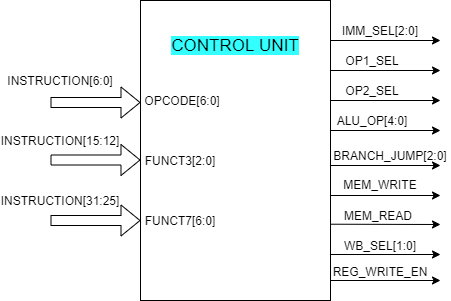
Earlier version of the draw.io export images/hardware_units/control_unit/control_unit.png (cepdnaclk/e16-co502-RV32IM-pipeline-implementation-group1). Source tidied: cells renumbered, new cells last; positions are measured from the earlier drawing's top-left corner, leaving out a move shared by most shapes. The source it was exported from:
```xml
<mxGraphModel>
  <root>
    <mxCell id="0" />
    <mxCell id="1" parent="0" />
    <mxCell id="2" style="rounded=0;whiteSpace=wrap;html=1;" parent="1" vertex="1">
      <mxGeometry x="140" width="190" height="300" as="geometry" />
    </mxCell>
    <mxCell id="3" value="&lt;span style=&quot;font-size: 17px ; background-color: rgb(51 , 255 , 255)&quot;&gt;CONTROL UNIT&lt;/span&gt;" style="text;html=1;strokeColor=none;fillColor=none;align=center;verticalAlign=middle;whiteSpace=wrap;rounded=0;" parent="1" vertex="1">
      <mxGeometry x="165" y="20" width="140" height="50" as="geometry" />
    </mxCell>
    <mxCell id="4" style="shape=flexArrow;endArrow=classic;html=1;" parent="1" edge="1">
      <mxGeometry relative="1" as="geometry">
        <mxPoint x="50" y="102" as="sourcePoint" />
        <mxPoint x="140" y="102" as="targetPoint" />
      </mxGeometry>
    </mxCell>
    <mxCell id="5" style="shape=flexArrow;endArrow=classic;html=1;" parent="1" edge="1">
      <mxGeometry relative="1" as="geometry">
        <mxPoint x="50" y="159.5" as="sourcePoint" />
        <mxPoint x="140" y="159.5" as="targetPoint" />
      </mxGeometry>
    </mxCell>
    <mxCell id="6" style="shape=flexArrow;endArrow=classic;html=1;" parent="1" edge="1">
      <mxGeometry relative="1" as="geometry">
        <mxPoint x="50" y="220" as="sourcePoint" />
        <mxPoint x="140" y="220" as="targetPoint" />
      </mxGeometry>
    </mxCell>
    <mxCell id="7" style="edgeStyle=orthogonalEdgeStyle;rounded=0;orthogonalLoop=1;jettySize=auto;html=1;exitX=0.5;exitY=1;exitDx=0;exitDy=0;" parent="1" edge="1">
      <mxGeometry relative="1" as="geometry">
        <mxPoint x="215" y="210" as="sourcePoint" />
        <mxPoint x="215" y="210" as="targetPoint" />
      </mxGeometry>
    </mxCell>
    <mxCell id="8" value="INSTRUCTION[31:25]" style="text;html=1;strokeColor=none;fillColor=none;align=center;verticalAlign=middle;whiteSpace=wrap;rounded=0;" parent="1" vertex="1">
      <mxGeometry y="190" width="120" height="20" as="geometry" />
    </mxCell>
    <mxCell id="9" value="INSTRUCTION[6:0]" style="text;html=1;strokeColor=none;fillColor=none;align=center;verticalAlign=middle;whiteSpace=wrap;rounded=0;" parent="1" vertex="1">
      <mxGeometry y="70" width="120" height="20" as="geometry" />
    </mxCell>
    <mxCell id="10" value="INSTRUCTION[15:12]" style="text;html=1;strokeColor=none;fillColor=none;align=center;verticalAlign=middle;whiteSpace=wrap;rounded=0;" parent="1" vertex="1">
      <mxGeometry y="130" width="120" height="20" as="geometry" />
    </mxCell>
    <mxCell id="11" style="endArrow=classic;html=1;" parent="1" edge="1">
      <mxGeometry relative="1" as="geometry">
        <mxPoint x="330" y="40" as="sourcePoint" />
        <mxPoint x="440" y="40" as="targetPoint" />
      </mxGeometry>
    </mxCell>
    <mxCell id="12" style="endArrow=classic;html=1;" parent="1" edge="1">
      <mxGeometry relative="1" as="geometry">
        <mxPoint x="330" y="130" as="sourcePoint" />
        <mxPoint x="440" y="130" as="targetPoint" />
      </mxGeometry>
    </mxCell>
    <mxCell id="13" style="endArrow=classic;html=1;" parent="1" edge="1">
      <mxGeometry relative="1" as="geometry">
        <mxPoint x="330" y="100" as="sourcePoint" />
        <mxPoint x="440" y="100" as="targetPoint" />
      </mxGeometry>
    </mxCell>
    <mxCell id="14" style="endArrow=classic;html=1;" parent="1" edge="1">
      <mxGeometry relative="1" as="geometry">
        <mxPoint x="330" y="165" as="sourcePoint" />
        <mxPoint x="440" y="165" as="targetPoint" />
      </mxGeometry>
    </mxCell>
    <mxCell id="15" value="IMM_SEL[2:0]" style="text;html=1;strokeColor=none;fillColor=none;align=center;verticalAlign=middle;whiteSpace=wrap;rounded=0;" parent="1" vertex="1">
      <mxGeometry x="320" y="20" width="120" height="20" as="geometry" />
    </mxCell>
    <mxCell id="16" style="endArrow=classic;html=1;" parent="1" edge="1">
      <mxGeometry relative="1" as="geometry">
        <mxPoint x="330" y="70" as="sourcePoint" />
        <mxPoint x="440" y="70" as="targetPoint" />
      </mxGeometry>
    </mxCell>
    <mxCell id="17" style="endArrow=classic;html=1;" parent="1" edge="1">
      <mxGeometry relative="1" as="geometry">
        <mxPoint x="330" y="195" as="sourcePoint" />
        <mxPoint x="440" y="195" as="targetPoint" />
      </mxGeometry>
    </mxCell>
    <mxCell id="18" style="endArrow=classic;html=1;" parent="1" edge="1">
      <mxGeometry relative="1" as="geometry">
        <mxPoint x="330" y="223.7" as="sourcePoint" />
        <mxPoint x="440" y="224" as="targetPoint" />
      </mxGeometry>
    </mxCell>
    <mxCell id="19" style="endArrow=classic;html=1;" parent="1" edge="1">
      <mxGeometry relative="1" as="geometry">
        <mxPoint x="330" y="254" as="sourcePoint" />
        <mxPoint x="440" y="254" as="targetPoint" />
      </mxGeometry>
    </mxCell>
    <mxCell id="20" style="endArrow=classic;html=1;" parent="1" edge="1">
      <mxGeometry relative="1" as="geometry">
        <mxPoint x="330" y="280" as="sourcePoint" />
        <mxPoint x="440" y="280" as="targetPoint" />
      </mxGeometry>
    </mxCell>
    <mxCell id="21" value="OP1_SEL" style="text;html=1;strokeColor=none;fillColor=none;align=center;verticalAlign=middle;whiteSpace=wrap;rounded=0;" parent="1" vertex="1">
      <mxGeometry x="312" y="50" width="120" height="20" as="geometry" />
    </mxCell>
    <mxCell id="22" value="OP2_SEL" style="text;html=1;strokeColor=none;fillColor=none;align=center;verticalAlign=middle;whiteSpace=wrap;rounded=0;" parent="1" vertex="1">
      <mxGeometry x="312" y="80" width="120" height="20" as="geometry" />
    </mxCell>
    <mxCell id="23" value="ALU_OP[4:0]" style="text;html=1;strokeColor=none;fillColor=none;align=center;verticalAlign=middle;whiteSpace=wrap;rounded=0;" parent="1" vertex="1">
      <mxGeometry x="312" y="110" width="120" height="20" as="geometry" />
    </mxCell>
    <mxCell id="24" value="BRANCH_JUMP[2:0]" style="text;html=1;strokeColor=none;fillColor=none;align=center;verticalAlign=middle;whiteSpace=wrap;rounded=0;" parent="1" vertex="1">
      <mxGeometry x="330" y="145" width="120" height="20" as="geometry" />
    </mxCell>
    <mxCell id="25" value="MEM_WRITE" style="text;html=1;strokeColor=none;fillColor=none;align=center;verticalAlign=middle;whiteSpace=wrap;rounded=0;" parent="1" vertex="1">
      <mxGeometry x="320" y="174" width="120" height="20" as="geometry" />
    </mxCell>
    <mxCell id="26" value="MEM_READ" style="text;html=1;strokeColor=none;fillColor=none;align=center;verticalAlign=middle;whiteSpace=wrap;rounded=0;" parent="1" vertex="1">
      <mxGeometry x="318" y="205" width="120" height="20" as="geometry" />
    </mxCell>
    <mxCell id="27" value="WB_SEL[1:0]" style="text;html=1;strokeColor=none;fillColor=none;align=center;verticalAlign=middle;whiteSpace=wrap;rounded=0;" parent="1" vertex="1">
      <mxGeometry x="320" y="235" width="120" height="20" as="geometry" />
    </mxCell>
    <mxCell id="28" value="REG_WRITE_EN" style="text;html=1;strokeColor=none;fillColor=none;align=center;verticalAlign=middle;whiteSpace=wrap;rounded=0;" parent="1" vertex="1">
      <mxGeometry x="320" y="261" width="120" height="20" as="geometry" />
    </mxCell>
    <mxCell id="29" value="OPCODE[6:0]" style="text;html=1;strokeColor=none;fillColor=none;align=center;verticalAlign=middle;whiteSpace=wrap;rounded=0;" parent="1" vertex="1">
      <mxGeometry x="122" y="90" width="120" height="20" as="geometry" />
    </mxCell>
    <mxCell id="30" value="FUNCT3[2:0]" style="text;html=1;strokeColor=none;fillColor=none;align=center;verticalAlign=middle;whiteSpace=wrap;rounded=0;" parent="1" vertex="1">
      <mxGeometry x="120" y="150" width="120" height="20" as="geometry" />
    </mxCell>
    <mxCell id="31" value="FUNCT7[6:0]" style="text;html=1;strokeColor=none;fillColor=none;align=center;verticalAlign=middle;whiteSpace=wrap;rounded=0;" parent="1" vertex="1">
      <mxGeometry x="120" y="210" width="120" height="20" as="geometry" />
    </mxCell>
  </root>
</mxGraphModel>
```
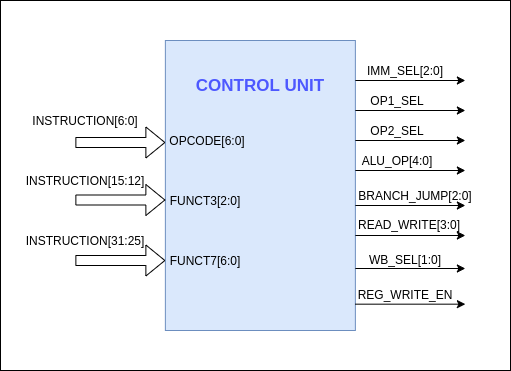
After the commit.

Diff of the diagram source:
```diff
@@ -2,134 +2,131 @@
   <root>
     <mxCell id="0" />
     <mxCell id="1" parent="0" />
-    <mxCell id="2" style="rounded=0;whiteSpace=wrap;html=1;" parent="1" vertex="1">
-      <mxGeometry x="140" width="190" height="300" as="geometry" />
+    <mxCell id="2" style="group;" parent="1" vertex="1">
+      <mxGeometry x="140" width="510" height="370" as="geometry" />
     </mxCell>
-    <mxCell id="3" value="&lt;span style=&quot;font-size: 17px ; background-color: rgb(51 , 255 , 255)&quot;&gt;CONTROL UNIT&lt;/span&gt;" style="text;html=1;strokeColor=none;fillColor=none;align=center;verticalAlign=middle;whiteSpace=wrap;rounded=0;" parent="1" vertex="1">
-      <mxGeometry x="165" y="20" width="140" height="50" as="geometry" />
+    <mxCell id="3" style="rounded=0;whiteSpace=wrap;html=1;" parent="2" vertex="1">
+      <mxGeometry width="510" height="370" as="geometry" />
     </mxCell>
-    <mxCell id="4" style="shape=flexArrow;endArrow=classic;html=1;" parent="1" edge="1">
-      <mxGeometry relative="1" as="geometry">
-        <mxPoint x="50" y="102" as="sourcePoint" />
-        <mxPoint x="140" y="102" as="targetPoint" />
-      </mxGeometry>
+    <mxCell id="4" style="rounded=0;whiteSpace=wrap;html=1;fillColor=#dae8fc;strokeColor=#6c8ebf;" parent="2" vertex="1">
+      <mxGeometry x="164.9" y="40" width="190" height="290" as="geometry" />
     </mxCell>
-    <mxCell id="5" style="shape=flexArrow;endArrow=classic;html=1;" parent="1" edge="1">
-      <mxGeometry relative="1" as="geometry">
-        <mxPoint x="50" y="159.5" as="sourcePoint" />
-        <mxPoint x="140" y="159.5" as="targetPoint" />
-      </mxGeometry>
+    <mxCell id="5" value="&lt;span style=&quot;font-size: 17px&quot;&gt;&lt;font color=&quot;#4d58ff&quot;&gt;&lt;b&gt;CONTROL UNIT&lt;/b&gt;&lt;/font&gt;&lt;/span&gt;" style="text;html=1;strokeColor=none;fillColor=none;align=center;verticalAlign=middle;whiteSpace=wrap;rounded=0;" parent="2" vertex="1">
+      <mxGeometry x="189.9" y="60" width="140" height="50" as="geometry" />
     </mxCell>
-    <mxCell id="6" style="shape=flexArrow;endArrow=classic;html=1;" parent="1" edge="1">
+    <mxCell id="6" style="shape=flexArrow;endArrow=classic;html=1;" parent="2" edge="1">
       <mxGeometry relative="1" as="geometry">
-        <mxPoint x="50" y="220" as="sourcePoint" />
-        <mxPoint x="140" y="220" as="targetPoint" />
+        <mxPoint x="74.9" y="142" as="sourcePoint" />
+        <mxPoint x="164.9" y="142" as="targetPoint" />
       </mxGeometry>
     </mxCell>
-    <mxCell id="7" style="edgeStyle=orthogonalEdgeStyle;rounded=0;orthogonalLoop=1;jettySize=auto;html=1;exitX=0.5;exitY=1;exitDx=0;exitDy=0;" parent="1" edge="1">
+    <mxCell id="7" style="shape=flexArrow;endArrow=classic;html=1;" parent="2" edge="1">
       <mxGeometry relative="1" as="geometry">
-        <mxPoint x="215" y="210" as="sourcePoint" />
-        <mxPoint x="215" y="210" as="targetPoint" />
+        <mxPoint x="74.9" y="199.5" as="sourcePoint" />
+        <mxPoint x="164.9" y="199.5" as="targetPoint" />
       </mxGeometry>
     </mxCell>
-    <mxCell id="8" value="INSTRUCTION[31:25]" style="text;html=1;strokeColor=none;fillColor=none;align=center;verticalAlign=middle;whiteSpace=wrap;rounded=0;" parent="1" vertex="1">
-      <mxGeometry y="190" width="120" height="20" as="geometry" />
+    <mxCell id="8" style="shape=flexArrow;endArrow=classic;html=1;" parent="2" edge="1">
+      <mxGeometry relative="1" as="geometry">
+        <mxPoint x="74.9" y="260" as="sourcePoint" />
+        <mxPoint x="164.9" y="260" as="targetPoint" />
+      </mxGeometry>
     </mxCell>
-    <mxCell id="9" value="INSTRUCTION[6:0]" style="text;html=1;strokeColor=none;fillColor=none;align=center;verticalAlign=middle;whiteSpace=wrap;rounded=0;" parent="1" vertex="1">
-      <mxGeometry y="70" width="120" height="20" as="geometry" />
+    <mxCell id="9" style="edgeStyle=orthogonalEdgeStyle;rounded=0;orthogonalLoop=1;jettySize=auto;html=1;exitX=0.5;exitY=1;exitDx=0;exitDy=0;" parent="2" edge="1">
+      <mxGeometry relative="1" as="geometry">
+        <mxPoint x="239.9" y="250" as="sourcePoint" />
+        <mxPoint x="239.9" y="250" as="targetPoint" />
+      </mxGeometry>
     </mxCell>
-    <mxCell id="10" value="INSTRUCTION[15:12]" style="text;html=1;strokeColor=none;fillColor=none;align=center;verticalAlign=middle;whiteSpace=wrap;rounded=0;" parent="1" vertex="1">
-      <mxGeometry y="130" width="120" height="20" as="geometry" />
+    <mxCell id="10" value="INSTRUCTION[31:25]" style="text;html=1;strokeColor=none;fillColor=none;align=center;verticalAlign=middle;whiteSpace=wrap;rounded=0;" parent="2" vertex="1">
+      <mxGeometry x="24.9" y="230" width="120" height="20" as="geometry" />
     </mxCell>
-    <mxCell id="11" style="endArrow=classic;html=1;" parent="1" edge="1">
-      <mxGeometry relative="1" as="geometry">
-        <mxPoint x="330" y="40" as="sourcePoint" />
-        <mxPoint x="440" y="40" as="targetPoint" />
-      </mxGeometry>
+    <mxCell id="11" value="INSTRUCTION[6:0]" style="text;html=1;strokeColor=none;fillColor=none;align=center;verticalAlign=middle;whiteSpace=wrap;rounded=0;" parent="2" vertex="1">
+      <mxGeometry x="24.9" y="110" width="120" height="20" as="geometry" />
     </mxCell>
-    <mxCell id="12" style="endArrow=classic;html=1;" parent="1" edge="1">
-      <mxGeometry relative="1" as="geometry">
-        <mxPoint x="330" y="130" as="sourcePoint" />
-        <mxPoint x="440" y="130" as="targetPoint" />
-      </mxGeometry>
+    <mxCell id="12" value="INSTRUCTION[15:12]" style="text;html=1;strokeColor=none;fillColor=none;align=center;verticalAlign=middle;whiteSpace=wrap;rounded=0;" parent="2" vertex="1">
+      <mxGeometry x="24.9" y="170" width="120" height="20" as="geometry" />
     </mxCell>
-    <mxCell id="13" style="endArrow=classic;html=1;" parent="1" edge="1">
+    <mxCell id="13" style="endArrow=classic;html=1;" parent="2" edge="1">
       <mxGeometry relative="1" as="geometry">
-        <mxPoint x="330" y="100" as="sourcePoint" />
-        <mxPoint x="440" y="100" as="targetPoint" />
+        <mxPoint x="354.9" y="80" as="sourcePoint" />
+        <mxPoint x="464.9" y="80" as="targetPoint" />
       </mxGeometry>
     </mxCell>
-    <mxCell id="14" style="endArrow=classic;html=1;" parent="1" edge="1">
+    <mxCell id="14" style="endArrow=classic;html=1;" parent="2" edge="1">
       <mxGeometry relative="1" as="geometry">
-        <mxPoint x="330" y="165" as="sourcePoint" />
-        <mxPoint x="440" y="165" as="targetPoint" />
+        <mxPoint x="354.9" y="170" as="sourcePoint" />
+        <mxPoint x="464.9" y="170" as="targetPoint" />
       </mxGeometry>
     </mxCell>
-    <mxCell id="15" value="IMM_SEL[2:0]" style="text;html=1;strokeColor=none;fillColor=none;align=center;verticalAlign=middle;whiteSpace=wrap;rounded=0;" parent="1" vertex="1">
-      <mxGeometry x="320" y="20" width="120" height="20" as="geometry" />
+    <mxCell id="15" style="endArrow=classic;html=1;" parent="2" edge="1">
+      <mxGeometry relative="1" as="geometry">
+        <mxPoint x="354.9" y="140" as="sourcePoint" />
+        <mxPoint x="464.9" y="140" as="targetPoint" />
+      </mxGeometry>
     </mxCell>
-    <mxCell id="16" style="endArrow=classic;html=1;" parent="1" edge="1">
+    <mxCell id="16" style="endArrow=classic;html=1;" parent="2" edge="1">
       <mxGeometry relative="1" as="geometry">
-        <mxPoint x="330" y="70" as="sourcePoint" />
-        <mxPoint x="440" y="70" as="targetPoint" />
+        <mxPoint x="354.9" y="205" as="sourcePoint" />
+        <mxPoint x="464.9" y="205" as="targetPoint" />
       </mxGeometry>
     </mxCell>
-    <mxCell id="17" style="endArrow=classic;html=1;" parent="1" edge="1">
-      <mxGeometry relative="1" as="geometry">
-        <mxPoint x="330" y="195" as="sourcePoint" />
-        <mxPoint x="440" y="195" as="targetPoint" />
-      </mxGeometry>
+    <mxCell id="17" value="IMM_SEL[2:0]" style="text;html=1;strokeColor=none;fillColor=none;align=center;verticalAlign=middle;whiteSpace=wrap;rounded=0;" parent="2" vertex="1">
+      <mxGeometry x="344.9" y="60" width="120" height="20" as="geometry" />
     </mxCell>
-    <mxCell id="18" style="endArrow=classic;html=1;" parent="1" edge="1">
+    <mxCell id="18" style="endArrow=classic;html=1;" parent="2" edge="1">
       <mxGeometry relative="1" as="geometry">
-        <mxPoint x="330" y="223.7" as="sourcePoint" />
-        <mxPoint x="440" y="224" as="targetPoint" />
+        <mxPoint x="354.9" y="110" as="sourcePoint" />
+        <mxPoint x="464.9" y="110" as="targetPoint" />
       </mxGeometry>
     </mxCell>
-    <mxCell id="19" style="endArrow=classic;html=1;" parent="1" edge="1">
+    <mxCell id="19" style="endArrow=classic;html=1;" parent="2" edge="1">
       <mxGeometry relative="1" as="geometry">
-        <mxPoint x="330" y="254" as="sourcePoint" />
-        <mxPoint x="440" y="254" as="targetPoint" />
+        <mxPoint x="354.9" y="235" as="sourcePoint" />
+        <mxPoint x="464.9" y="235" as="targetPoint" />
       </mxGeometry>
     </mxCell>
-    <mxCell id="20" style="endArrow=classic;html=1;" parent="1" edge="1">
+    <mxCell id="20" style="endArrow=classic;html=1;" parent="2" edge="1">
       <mxGeometry relative="1" as="geometry">
-        <mxPoint x="330" y="280" as="sourcePoint" />
-        <mxPoint x="440" y="280" as="targetPoint" />
+        <mxPoint x="354.9" y="268" as="sourcePoint" />
+        <mxPoint x="464.9" y="268" as="targetPoint" />
       </mxGeometry>
     </mxCell>
-    <mxCell id="21" value="OP1_SEL" style="text;html=1;strokeColor=none;fillColor=none;align=center;verticalAlign=middle;whiteSpace=wrap;rounded=0;" parent="1" vertex="1">
-      <mxGeometry x="312" y="50" width="120" height="20" as="geometry" />
+    <mxCell id="21" style="endArrow=classic;html=1;" parent="2" edge="1">
+      <mxGeometry relative="1" as="geometry">
+        <mxPoint x="354.9" y="303.7" as="sourcePoint" />
+        <mxPoint x="464.9" y="303.7" as="targetPoint" />
+      </mxGeometry>
     </mxCell>
-    <mxCell id="22" value="OP2_SEL" style="text;html=1;strokeColor=none;fillColor=none;align=center;verticalAlign=middle;whiteSpace=wrap;rounded=0;" parent="1" vertex="1">
-      <mxGeometry x="312" y="80" width="120" height="20" as="geometry" />
+    <mxCell id="22" value="OP1_SEL" style="text;html=1;strokeColor=none;fillColor=none;align=center;verticalAlign=middle;whiteSpace=wrap;rounded=0;" parent="2" vertex="1">
+      <mxGeometry x="336.9" y="90" width="120" height="20" as="geometry" />
     </mxCell>
-    <mxCell id="23" value="ALU_OP[4:0]" style="text;html=1;strokeColor=none;fillColor=none;align=center;verticalAlign=middle;whiteSpace=wrap;rounded=0;" parent="1" vertex="1">
-      <mxGeometry x="312" y="110" width="120" height="20" as="geometry" />
+    <mxCell id="23" value="OP2_SEL" style="text;html=1;strokeColor=none;fillColor=none;align=center;verticalAlign=middle;whiteSpace=wrap;rounded=0;" parent="2" vertex="1">
+      <mxGeometry x="336.9" y="120" width="120" height="20" as="geometry" />
     </mxCell>
-    <mxCell id="24" value="BRANCH_JUMP[2:0]" style="text;html=1;strokeColor=none;fillColor=none;align=center;verticalAlign=middle;whiteSpace=wrap;rounded=0;" parent="1" vertex="1">
-      <mxGeometry x="330" y="145" width="120" height="20" as="geometry" />
+    <mxCell id="24" value="ALU_OP[4:0]" style="text;html=1;strokeColor=none;fillColor=none;align=center;verticalAlign=middle;whiteSpace=wrap;rounded=0;" parent="2" vertex="1">
+      <mxGeometry x="336.9" y="150" width="120" height="20" as="geometry" />
     </mxCell>
-    <mxCell id="25" value="MEM_WRITE" style="text;html=1;strokeColor=none;fillColor=none;align=center;verticalAlign=middle;whiteSpace=wrap;rounded=0;" parent="1" vertex="1">
-      <mxGeometry x="320" y="174" width="120" height="20" as="geometry" />
+    <mxCell id="25" value="BRANCH_JUMP[2:0]" style="text;html=1;strokeColor=none;fillColor=none;align=center;verticalAlign=middle;whiteSpace=wrap;rounded=0;" parent="2" vertex="1">
+      <mxGeometry x="354.9" y="185" width="120" height="20" as="geometry" />
     </mxCell>
-    <mxCell id="26" value="MEM_READ" style="text;html=1;strokeColor=none;fillColor=none;align=center;verticalAlign=middle;whiteSpace=wrap;rounded=0;" parent="1" vertex="1">
-      <mxGeometry x="318" y="205" width="120" height="20" as="geometry" />
+    <mxCell id="26" value="READ_WRITE[3:0]" style="text;html=1;strokeColor=none;fillColor=none;align=center;verticalAlign=middle;whiteSpace=wrap;rounded=0;" parent="2" vertex="1">
+      <mxGeometry x="348.9" y="214" width="120" height="20" as="geometry" />
     </mxCell>
-    <mxCell id="27" value="WB_SEL[1:0]" style="text;html=1;strokeColor=none;fillColor=none;align=center;verticalAlign=middle;whiteSpace=wrap;rounded=0;" parent="1" vertex="1">
-      <mxGeometry x="320" y="235" width="120" height="20" as="geometry" />
+    <mxCell id="27" value="WB_SEL[1:0]" style="text;html=1;strokeColor=none;fillColor=none;align=center;verticalAlign=middle;whiteSpace=wrap;rounded=0;" parent="2" vertex="1">
+      <mxGeometry x="344.9" y="249" width="120" height="20" as="geometry" />
     </mxCell>
-    <mxCell id="28" value="REG_WRITE_EN" style="text;html=1;strokeColor=none;fillColor=none;align=center;verticalAlign=middle;whiteSpace=wrap;rounded=0;" parent="1" vertex="1">
-      <mxGeometry x="320" y="261" width="120" height="20" as="geometry" />
+    <mxCell id="28" value="REG_WRITE_EN" style="text;html=1;strokeColor=none;fillColor=none;align=center;verticalAlign=middle;whiteSpace=wrap;rounded=0;" parent="2" vertex="1">
+      <mxGeometry x="344.9" y="284" width="120" height="20" as="geometry" />
     </mxCell>
-    <mxCell id="29" value="OPCODE[6:0]" style="text;html=1;strokeColor=none;fillColor=none;align=center;verticalAlign=middle;whiteSpace=wrap;rounded=0;" parent="1" vertex="1">
-      <mxGeometry x="122" y="90" width="120" height="20" as="geometry" />
+    <mxCell id="29" value="OPCODE[6:0]" style="text;html=1;strokeColor=none;fillColor=none;align=center;verticalAlign=middle;whiteSpace=wrap;rounded=0;" parent="2" vertex="1">
+      <mxGeometry x="146.9" y="130" width="120" height="20" as="geometry" />
     </mxCell>
-    <mxCell id="30" value="FUNCT3[2:0]" style="text;html=1;strokeColor=none;fillColor=none;align=center;verticalAlign=middle;whiteSpace=wrap;rounded=0;" parent="1" vertex="1">
-      <mxGeometry x="120" y="150" width="120" height="20" as="geometry" />
+    <mxCell id="30" value="FUNCT3[2:0]" style="text;html=1;strokeColor=none;fillColor=none;align=center;verticalAlign=middle;whiteSpace=wrap;rounded=0;" parent="2" vertex="1">
+      <mxGeometry x="144.9" y="190" width="120" height="20" as="geometry" />
     </mxCell>
-    <mxCell id="31" value="FUNCT7[6:0]" style="text;html=1;strokeColor=none;fillColor=none;align=center;verticalAlign=middle;whiteSpace=wrap;rounded=0;" parent="1" vertex="1">
-      <mxGeometry x="120" y="210" width="120" height="20" as="geometry" />
+    <mxCell id="31" value="FUNCT7[6:0]" style="text;html=1;strokeColor=none;fillColor=none;align=center;verticalAlign=middle;whiteSpace=wrap;rounded=0;" parent="2" vertex="1">
+      <mxGeometry x="144.9" y="250" width="120" height="20" as="geometry" />
     </mxCell>
   </root>
 </mxGraphModel>
```
